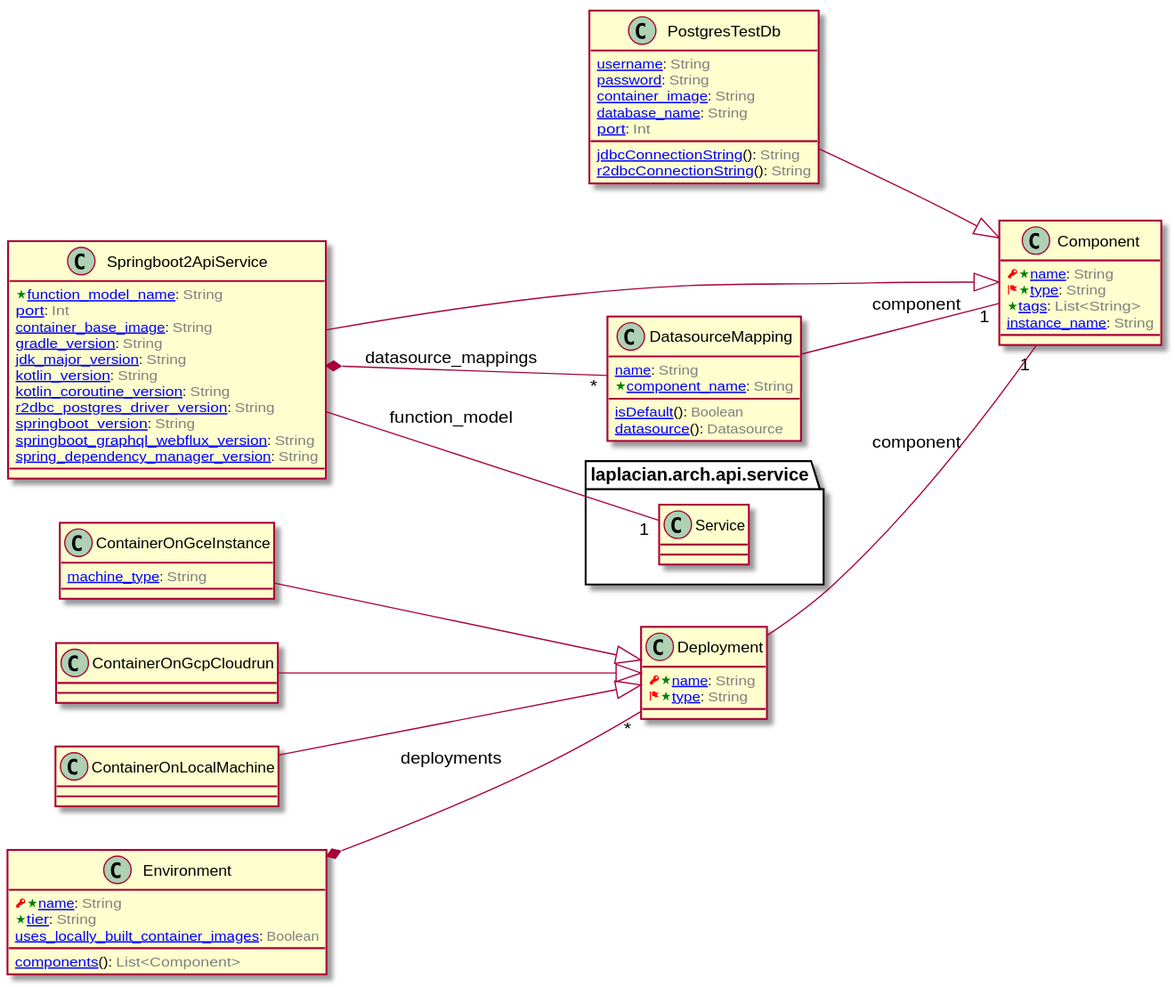
laplacian-arch/deployment.domain-model keeps this PlantUML diagram as doc/image/model-diagram.svg. Above is the earlier version.
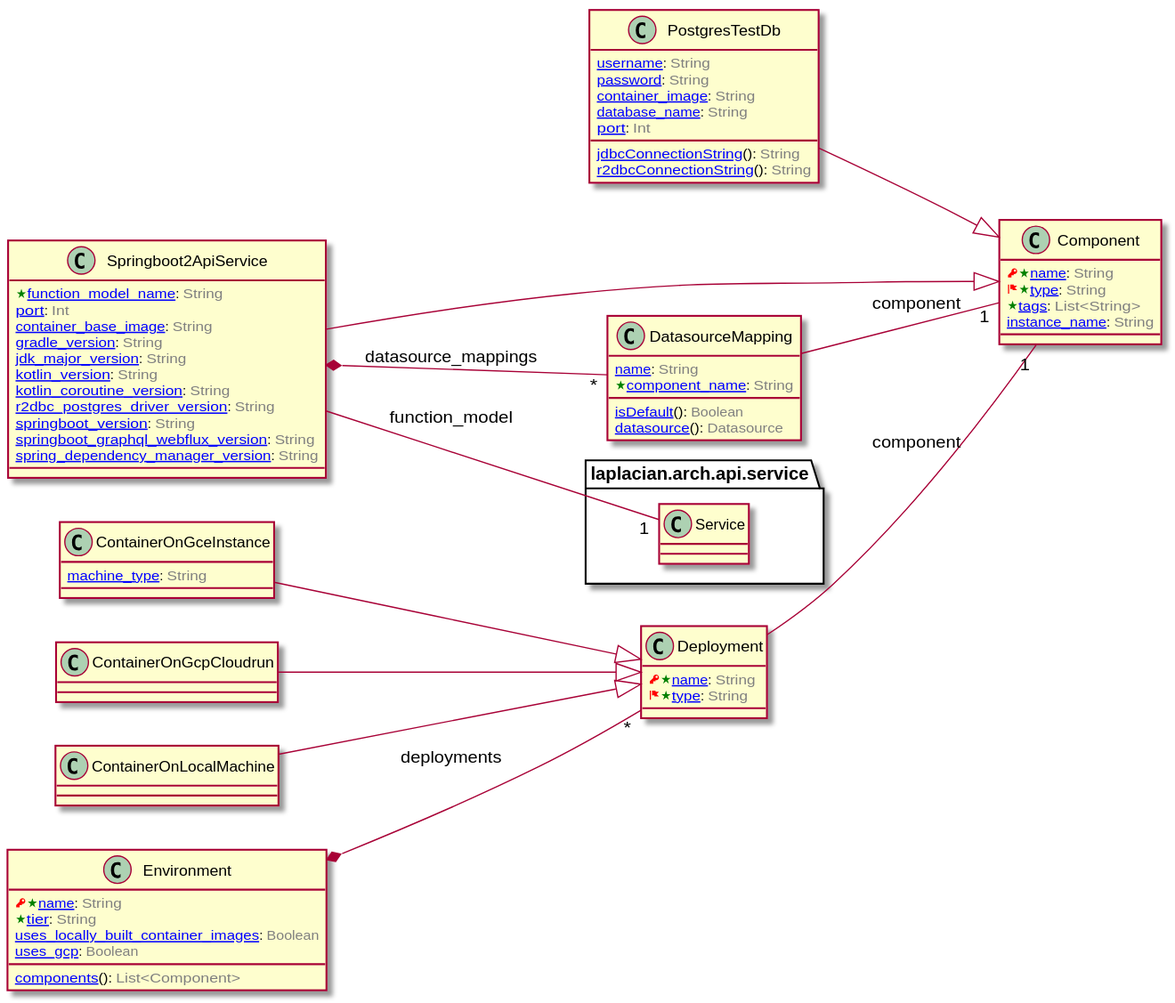
After the change.

The edit, as a diff of the source:
```diff
@@ -131,6 +131,7 @@
   <color:RED><&key></color><color:Green><&star></color>[[/blob/master/doc/entities/Environment.md#name-string name]]: <color:GRAY>String</color>
   <color:Green><&star></color>[[/blob/master/doc/entities/Environment.md#tier-string tier]]: <color:GRAY>String</color>
   [[/blob/master/doc/entities/Environment.md#uses_locally_built_container_images-boolean uses_locally_built_container_images]]: <color:GRAY>Boolean</color>
+  [[/blob/master/doc/entities/Environment.md#uses_gcp-boolean uses_gcp]]: <color:GRAY>Boolean</color>
   [[/blob/master/doc/entities/Environment.md#components-listComponent components]](): <color:GRAY>List<Component></color>
 }
 
```
